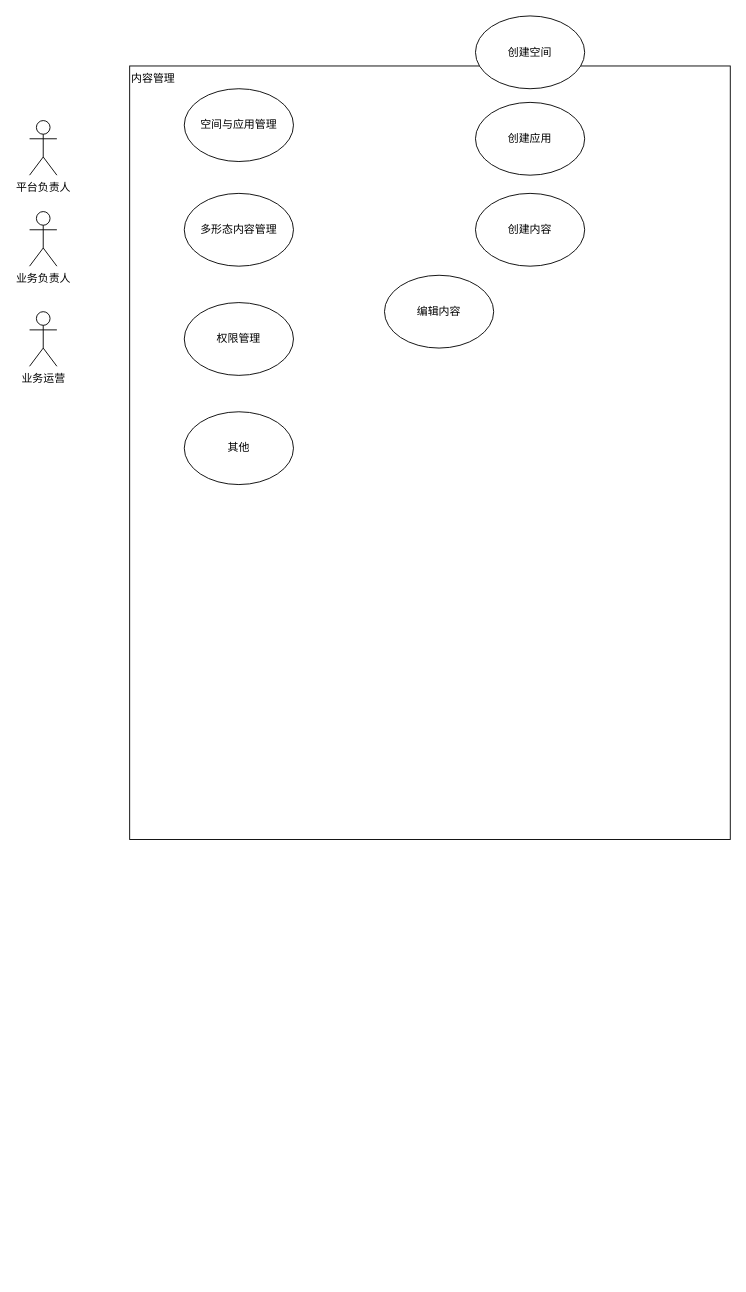
Earlier version of the draw.io diagram page "内容管理用例图" (5 of 26) of figure/figures.drawio (jqq04/nju-thesis-2026). Source tidied: cells renumbered, new cells numbered last; positions are measured from the earlier drawing's top-left corner, leaving out a move shared by most shapes. Both pictures are drawn from the tidied source at 91%, with x=0, y=0 at pixel (29, 15).
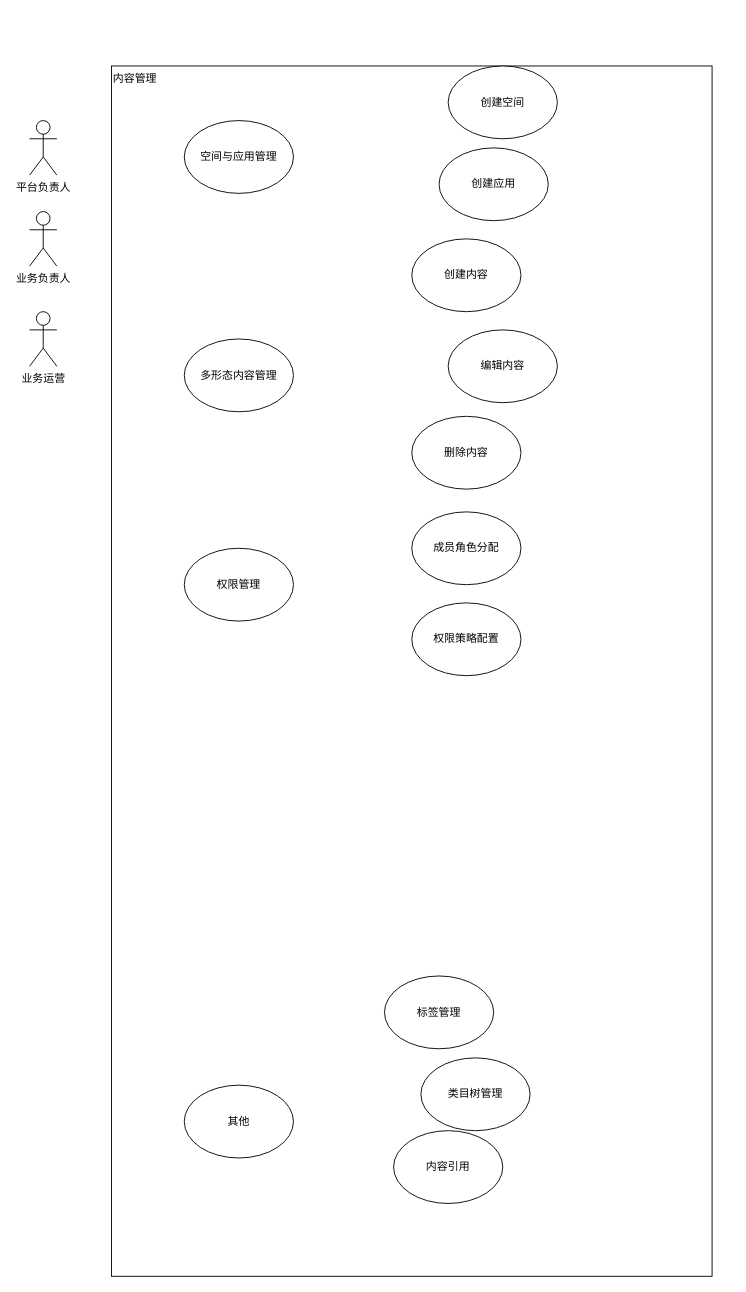
The same page after the edit.

Diff of the diagram source:
```diff
@@
 <mxGraphModel>
   <root>
     <mxCell id="0" />
     <mxCell id="1" parent="0" />
     <mxCell id="2" value="内容管理" style="rounded=0;whiteSpace=wrap;html=1;align=left;verticalAlign=top;" parent="1" vertex="1">
-      <mxGeometry x="110" y="55" width="660" height="850" as="geometry" />
+      <mxGeometry x="90" y="55" width="660" height="1330" as="geometry" />
     </mxCell>
     <mxCell id="3" value="平台负责人" style="shape=umlActor;verticalLabelPosition=bottom;verticalAlign=top;html=1;" parent="1" vertex="1">
       <mxGeometry y="115" width="30" height="60" as="geometry" />
     </mxCell>
     <mxCell id="4" value="业务负责人" style="shape=umlActor;verticalLabelPosition=bottom;verticalAlign=top;html=1;" parent="1" vertex="1">
       <mxGeometry y="215" width="30" height="60" as="geometry" />
     </mxCell>
     <mxCell id="5" value="业务运营" style="shape=umlActor;verticalLabelPosition=bottom;verticalAlign=top;html=1;" parent="1" vertex="1">
       <mxGeometry y="325" width="30" height="60" as="geometry" />
     </mxCell>
     <mxCell id="6" value="空间与应用管理" style="ellipse;whiteSpace=wrap;html=1;" parent="1" vertex="1">
-      <mxGeometry x="170" y="80" width="120" height="80" as="geometry" />
+      <mxGeometry x="170" y="115" width="120" height="80" as="geometry" />
     </mxCell>
     <mxCell id="7" value="多形态内容管理" style="ellipse;whiteSpace=wrap;html=1;" parent="1" vertex="1">
-      <mxGeometry x="170" y="195" width="120" height="80" as="geometry" />
+      <mxGeometry x="170" y="355" width="120" height="80" as="geometry" />
     </mxCell>
     <mxCell id="8" value="权限管理" style="ellipse;whiteSpace=wrap;html=1;" parent="1" vertex="1">
-      <mxGeometry x="170" y="315" width="120" height="80" as="geometry" />
+      <mxGeometry x="170" y="585" width="120" height="80" as="geometry" />
     </mxCell>
     <mxCell id="9" value="其他" style="ellipse;whiteSpace=wrap;html=1;" parent="1" vertex="1">
-      <mxGeometry x="170" y="435" width="120" height="80" as="geometry" />
+      <mxGeometry x="170" y="1175" width="120" height="80" as="geometry" />
     </mxCell>
     <mxCell id="10" value="创建空间" style="ellipse;whiteSpace=wrap;html=1;" parent="1" vertex="1">
-      <mxGeometry x="490" width="120" height="80" as="geometry" />
+      <mxGeometry x="460" y="55" width="120" height="80" as="geometry" />
     </mxCell>
     <mxCell id="11" value="创建应用" style="ellipse;whiteSpace=wrap;html=1;" parent="1" vertex="1">
-      <mxGeometry x="490" y="95" width="120" height="80" as="geometry" />
+      <mxGeometry x="450" y="145" width="120" height="80" as="geometry" />
     </mxCell>
     <mxCell id="12" value="创建内容" style="ellipse;whiteSpace=wrap;html=1;" parent="1" vertex="1">
-      <mxGeometry x="490" y="195" width="120" height="80" as="geometry" />
+      <mxGeometry x="420" y="245" width="120" height="80" as="geometry" />
     </mxCell>
     <mxCell id="13" value="编辑内容" style="ellipse;whiteSpace=wrap;html=1;" parent="1" vertex="1">
-      <mxGeometry x="390" y="285" width="120" height="80" as="geometry" />
+      <mxGeometry x="460" y="345" width="120" height="80" as="geometry" />
     </mxCell>
+    <mxCell id="14" value="删除内容" style="ellipse;whiteSpace=wrap;html=1;" parent="1" vertex="1">
+      <mxGeometry x="420" y="440" width="120" height="80" as="geometry" />
+    </mxCell>
+    <mxCell id="15" value="标签管理" style="ellipse;whiteSpace=wrap;html=1;" parent="1" vertex="1">
+      <mxGeometry x="390" y="1055" width="120" height="80" as="geometry" />
+    </mxCell>
+    <mxCell id="16" value="类目树管理" style="ellipse;whiteSpace=wrap;html=1;" parent="1" vertex="1">
+      <mxGeometry x="430" y="1145" width="120" height="80" as="geometry" />
+    </mxCell>
+    <mxCell id="17" value="内容引用" style="ellipse;whiteSpace=wrap;html=1;" parent="1" vertex="1">
+      <mxGeometry x="400" y="1225" width="120" height="80" as="geometry" />
+    </mxCell>
+    <mxCell id="18" value="成员角色分配" style="ellipse;whiteSpace=wrap;html=1;" parent="1" vertex="1">
+      <mxGeometry x="420" y="545" width="120" height="80" as="geometry" />
+    </mxCell>
+    <mxCell id="19" value="权限策略配置" style="ellipse;whiteSpace=wrap;html=1;" parent="1" vertex="1">
+      <mxGeometry x="420" y="645" width="120" height="80" as="geometry" />
+    </mxCell>
   </root>
 </mxGraphModel>
```
